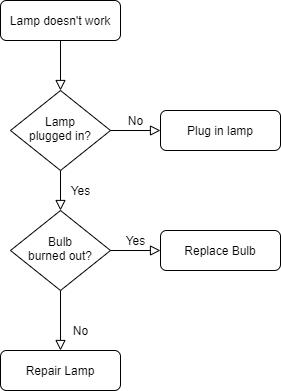
Earlier version of the draw.io export Untitled Diagram.png (yangJinRui325/note). Source tidied: cells renumbered, new cells last; positions are measured from the earlier drawing's top-left corner, leaving out a move shared by most shapes.
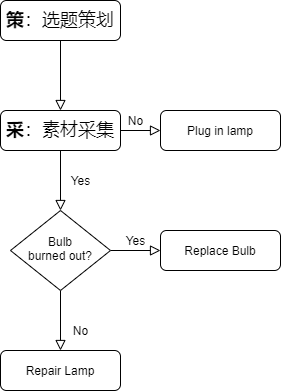
The same file after the commit.

What changed in the source:
```diff
@@ -2,21 +2,20 @@
   <root>
     <mxCell id="0" />
     <mxCell id="1" parent="0" />
-    <mxCell id="2" style="rounded=0;html=1;jettySize=auto;fontSize=11;endArrow=block;endFill=0;endSize=8;strokeWidth=1;shadow=0;labelBackgroundColor=none;edgeStyle=orthogonalEdgeStyle;" parent="1" edge="1" source="3" target="6">
+    <mxCell id="2" style="rounded=0;html=1;jettySize=auto;fontSize=11;endArrow=block;endFill=0;endSize=8;strokeWidth=1;shadow=0;labelBackgroundColor=none;edgeStyle=orthogonalEdgeStyle;entryX=0.5;entryY=0;entryDx=0;entryDy=0;" parent="1" edge="1" source="3" target="13">
       <mxGeometry relative="1" as="geometry" />
     </mxCell>
-    <mxCell id="3" value="Lamp doesn't work" style="rounded=1;whiteSpace=wrap;html=1;fontSize=12;glass=0;strokeWidth=1;shadow=0;" parent="1" vertex="1">
+    <mxCell id="3" value="&lt;font style=&quot;font-size: 18px&quot;&gt;&lt;b&gt;策&lt;/b&gt;：选题策划&lt;/font&gt;" style="rounded=1;whiteSpace=wrap;html=1;fontSize=12;glass=0;strokeWidth=1;shadow=0;" parent="1" vertex="1">
       <mxGeometry width="120" height="40" as="geometry" />
     </mxCell>
-    <mxCell id="4" value="Yes" style="rounded=0;html=1;jettySize=auto;fontSize=11;endArrow=block;endFill=0;endSize=8;strokeWidth=1;shadow=0;labelBackgroundColor=none;edgeStyle=orthogonalEdgeStyle;" parent="1" edge="1" source="6" target="10">
+    <mxCell id="4" value="Yes" style="rounded=0;html=1;jettySize=auto;fontSize=11;endArrow=block;endFill=0;endSize=8;strokeWidth=1;shadow=0;labelBackgroundColor=none;edgeStyle=orthogonalEdgeStyle;exitX=0.5;exitY=1;exitDx=0;exitDy=0;" parent="1" edge="1" source="13" target="10">
       <mxGeometry y="20" relative="1" as="geometry" />
     </mxCell>
-    <mxCell id="5" value="No" style="edgeStyle=orthogonalEdgeStyle;rounded=0;html=1;jettySize=auto;fontSize=11;endArrow=block;endFill=0;endSize=8;strokeWidth=1;shadow=0;labelBackgroundColor=none;" parent="1" edge="1" source="6" target="7">
-      <mxGeometry y="10" relative="1" as="geometry" />
+    <mxCell id="5" value="No" style="edgeStyle=orthogonalEdgeStyle;rounded=0;html=1;jettySize=auto;fontSize=11;endArrow=block;endFill=0;endSize=8;strokeWidth=1;shadow=0;labelBackgroundColor=none;" parent="1" edge="1" target="7">
+      <mxGeometry y="10" relative="1" as="geometry">
+        <mxPoint x="110" y="130" as="sourcePoint" />
+      </mxGeometry>
     </mxCell>
-    <mxCell id="6" value="Lamp&lt;br&gt;plugged in?" style="rhombus;whiteSpace=wrap;html=1;shadow=0;fontFamily=Helvetica;fontSize=12;align=center;strokeWidth=1;spacing=6;spacingTop=-4;" parent="1" vertex="1">
-      <mxGeometry x="10" y="90" width="100" height="80" as="geometry" />
-    </mxCell>
     <mxCell id="7" value="Plug in lamp" style="rounded=1;whiteSpace=wrap;html=1;fontSize=12;glass=0;strokeWidth=1;shadow=0;" parent="1" vertex="1">
       <mxGeometry x="160" y="110" width="120" height="40" as="geometry" />
     </mxCell>
@@ -35,5 +34,8 @@
     <mxCell id="12" value="Replace Bulb" style="rounded=1;whiteSpace=wrap;html=1;fontSize=12;glass=0;strokeWidth=1;shadow=0;" parent="1" vertex="1">
       <mxGeometry x="160" y="230" width="120" height="40" as="geometry" />
     </mxCell>
+    <mxCell id="13" value="&lt;font style=&quot;font-size: 18px&quot;&gt;&lt;b&gt;采&lt;/b&gt;：素材采集&lt;/font&gt;" style="rounded=1;whiteSpace=wrap;html=1;fontSize=12;glass=0;strokeWidth=1;shadow=0;" parent="1" vertex="1">
+      <mxGeometry y="110" width="120" height="40" as="geometry" />
+    </mxCell>
   </root>
 </mxGraphModel>
```
